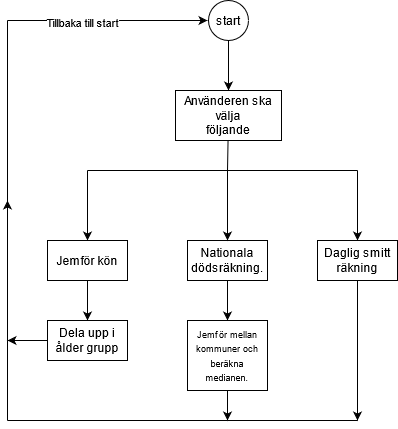
axeljornulf/axel_jornulf_te19d keeps this draw.io diagram as Dataprojekt/planering.png. Above is the earlier version. Source tidied: cells renumbered, new cells last; positions are measured from the earlier drawing's top-left corner, leaving out a move shared by most shapes.
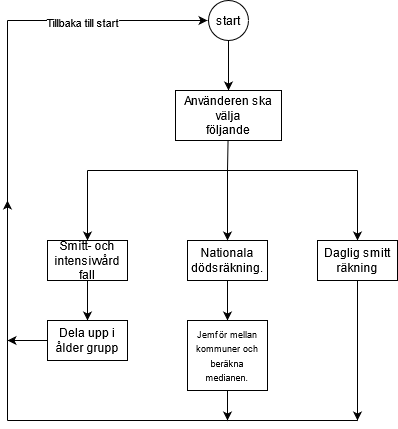
After the commit.

Change to the diagram source:
```diff
@@ -33,7 +33,7 @@
         <mxPoint x="80" y="240" as="targetPoint" />
       </mxGeometry>
     </mxCell>
-    <mxCell id="8" value="Jemför kön" style="rounded=0;whiteSpace=wrap;html=1;" parent="1" vertex="1">
+    <mxCell id="8" value="Smitt- och intensivvård fall" style="rounded=0;whiteSpace=wrap;html=1;" parent="1" vertex="1">
       <mxGeometry x="40" y="240" width="80" height="40" as="geometry" />
     </mxCell>
     <mxCell id="9" value="Nationala dödsräkning." style="rounded=0;whiteSpace=wrap;html=1;" parent="1" vertex="1">
```
